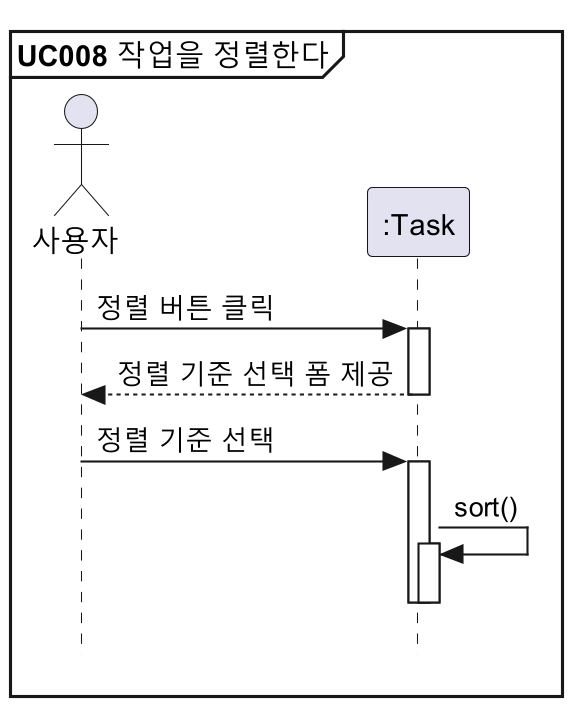
Before: docs/설계명세서/images/seq_diag/uc008.png, a diagram exported from PlantUML (parkchamchi/SoftwareEngineering2023).
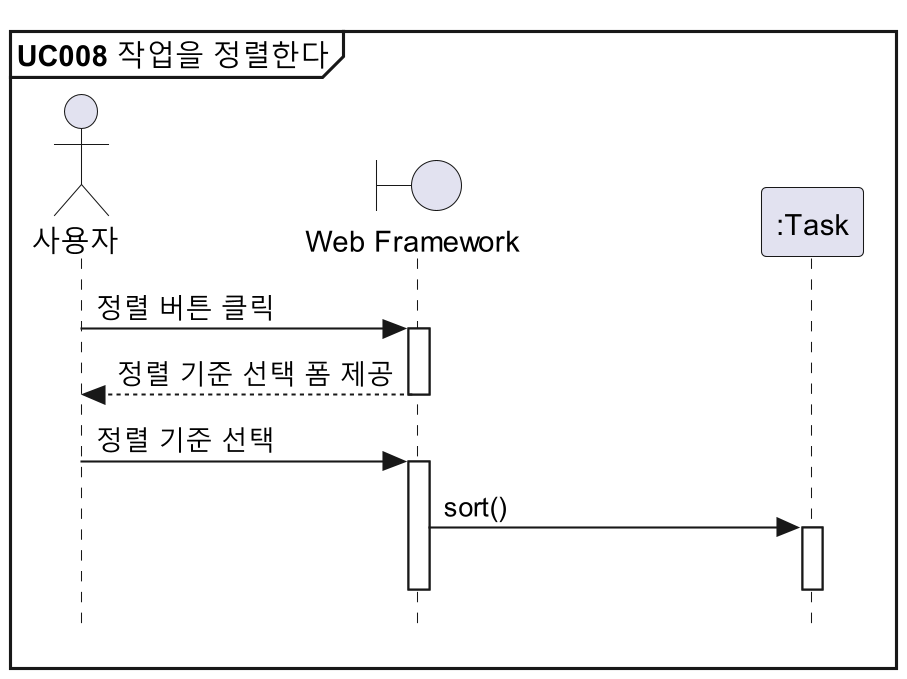
After the change.

What changed in the source:
```diff
@@ -3,14 +3,14 @@
 
 mainframe **UC008** 작업을 정렬한다
 
-actor 사용자
+!includesub style.puml!PARTICIPANTS
 participant ":Task" as Task
 
-사용자 -> Task : 정렬 버튼 클릭
-Task --> 사용자 : 정렬 기준 선택 폼 제공
-사용자 -> Task : 정렬 기준 선택
-Task -> Task : sort()
+사용자 -> view : 정렬 버튼 클릭
+view --> 사용자 : 정렬 기준 선택 폼 제공
+사용자 -> view : 정렬 기준 선택
+view -> Task : sort()
 deactivate Task
-deactivate Task
+deactivate view
 
 @enduml
```
